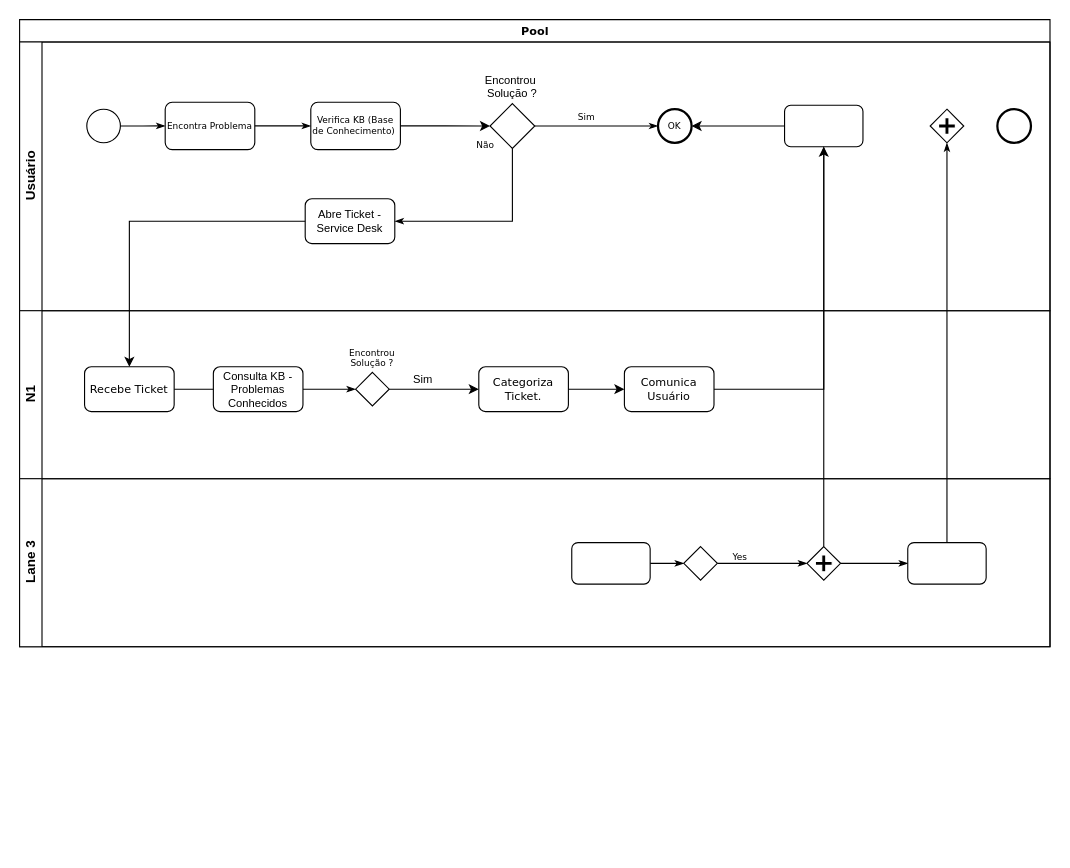
This is ServiceOperation.drawio from baptistafabricio87/GGTI, a draw.io file, before an edit. Source tidied: cells renumbered, new cells numbered last; positions are measured from the earlier drawing's top-left corner, leaving out a move shared by most shapes. Both pictures are drawn from the tidied source at 112%, with x=0, y=0 at pixel (19, 19).
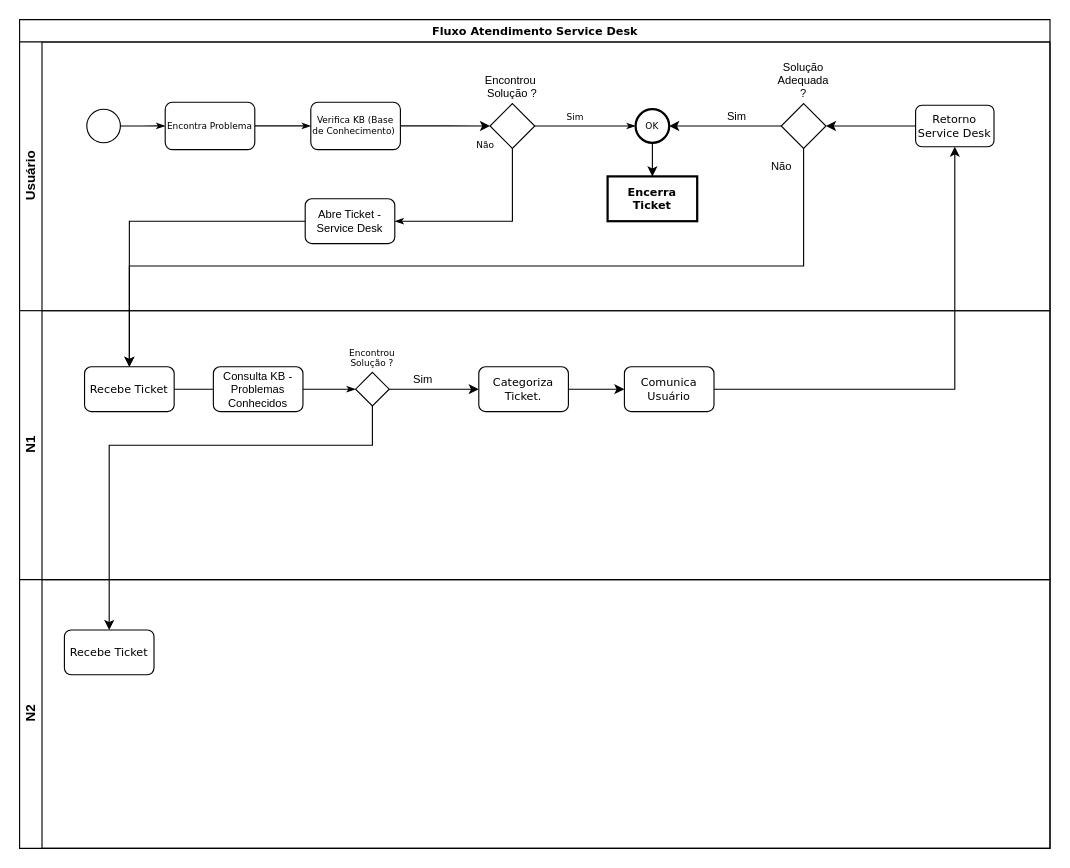
The same diagram, later.

Unchanged cells that the change refers to:
```xml
<mxCell id="3" value="Usuário" style="swimlane;html=1;startSize=20;horizontal=0;" parent="2" vertex="1">
  <mxGeometry y="20" width="920" height="240" as="geometry" />
</mxCell>
<mxCell id="21" value="Recebe Ticket" style="rounded=1;whiteSpace=wrap;html=1;shadow=0;labelBackgroundColor=none;strokeWidth=1;fontFamily=Verdana;fontSize=10;align=center;" parent="19" vertex="1">
  <mxGeometry x="58" y="50" width="80" height="40" as="geometry" />
</mxCell>
<mxCell id="22" value="Encontrou Solução ?" style="strokeWidth=1;html=1;shape=mxgraph.flowchart.decision;whiteSpace=wrap;rounded=1;shadow=0;labelBackgroundColor=none;fontFamily=Verdana;fontSize=8;align=center;labelPosition=center;verticalLabelPosition=top;verticalAlign=bottom;" parent="19" vertex="1">
  <mxGeometry x="300" y="55" width="30" height="30" as="geometry" />
</mxCell>
```

What changed in the source:
```diff
@@
-    <mxCell id="2" value="Pool" style="swimlane;html=1;horizontal=1;startSize=20;rounded=0;shadow=0;labelBackgroundColor=none;strokeWidth=1;fontFamily=Verdana;fontSize=10;align=center;" parent="1" vertex="1">
-      <mxGeometry width="920" height="560" as="geometry" />
+    <mxCell id="2" value="Fluxo Atendimento Service Desk" style="swimlane;html=1;horizontal=1;startSize=20;rounded=0;shadow=0;labelBackgroundColor=none;strokeWidth=1;fontFamily=Verdana;fontSize=10;align=center;" parent="1" vertex="1">
+      <mxGeometry width="920" height="740" as="geometry" />
     </mxCell>
@@
     <mxCell id="10" value="OK" style="ellipse;whiteSpace=wrap;html=1;rounded=0;shadow=0;labelBackgroundColor=none;strokeWidth=2;fontFamily=Verdana;fontSize=8;align=center;" parent="3" vertex="1">
-      <mxGeometry x="570" y="60" width="30" height="30" as="geometry" />
+      <mxGeometry x="550" y="60" width="30" height="30" as="geometry" />
     </mxCell>
-    <mxCell id="11" style="ellipse;whiteSpace=wrap;html=1;rounded=0;shadow=0;labelBackgroundColor=none;strokeWidth=2;fontFamily=Verdana;fontSize=8;align=center;" parent="3" vertex="1">
-      <mxGeometry x="873" y="60" width="30" height="30" as="geometry" />
-    </mxCell>
@@
-    <mxCell id="13" style="edgeStyle=orthogonalEdgeStyle;rounded=0;jettySize=auto;html=1;entryX=1;entryY=0.5;entryDx=0;entryDy=0;labelBorderColor=none;fontSize=10;" parent="3" edge="1" source="14" target="10">
-      <mxGeometry relative="1" as="geometry" />
-    </mxCell>
+    <mxCell id="41" style="edgeStyle=orthogonalEdgeStyle;rounded=0;jettySize=auto;html=1;labelBorderColor=none;fontSize=10;" parent="3" edge="1" source="14" target="43">
+      <mxGeometry relative="1" as="geometry" />
+    </mxCell>
-    <mxCell id="14" style="rounded=1;whiteSpace=wrap;html=1;shadow=0;labelBackgroundColor=none;strokeWidth=1;fontFamily=Verdana;fontSize=8;align=center;" parent="3" vertex="1">
-      <mxGeometry x="683" y="56.5" width="70" height="37" as="geometry" />
+    <mxCell id="14" value="&lt;font style=&quot;font-size: 10px;&quot;&gt;Retorno &lt;br&gt;Service Desk&lt;/font&gt;" style="rounded=1;whiteSpace=wrap;html=1;shadow=0;labelBackgroundColor=none;strokeWidth=1;fontFamily=Verdana;fontSize=8;align=center;" parent="3" vertex="1">
+      <mxGeometry x="800" y="56.5" width="70" height="37" as="geometry" />
     </mxCell>
-    <mxCell id="15" style="shape=mxgraph.bpmn.shape;html=1;verticalLabelPosition=bottom;labelBackgroundColor=#ffffff;verticalAlign=top;perimeter=rhombusPerimeter;background=gateway;outline=none;symbol=parallelGw;rounded=1;shadow=0;strokeWidth=1;fontFamily=Verdana;fontSize=8;align=center;" parent="3" vertex="1">
-      <mxGeometry x="813" y="60" width="30" height="30" as="geometry" />
-    </mxCell>
@@
+    <mxCell id="42" value="Sim" style="edgeStyle=orthogonalEdgeStyle;rounded=0;jettySize=auto;html=1;entryX=1;entryY=0.5;entryDx=0;entryDy=0;labelBorderColor=none;fontSize=10;labelPosition=right;verticalLabelPosition=top;align=left;verticalAlign=bottom;" parent="3" edge="1" source="43" target="10">
+      <mxGeometry relative="1" as="geometry" />
+    </mxCell>
+    <mxCell id="43" value="Solução Adequada ?" style="rhombus;whiteSpace=wrap;html=1;fontSize=10;labelPosition=center;verticalLabelPosition=top;align=center;verticalAlign=bottom;" parent="3" vertex="1">
+      <mxGeometry x="680" y="55" width="40" height="40" as="geometry" />
+    </mxCell>
+    <mxCell id="44" value="Encerra Ticket" style="whiteSpace=wrap;html=1;fontSize=10;fontFamily=Verdana;rounded=0;shadow=0;labelBackgroundColor=none;strokeWidth=2;fontStyle=1;" parent="3" vertex="1">
+      <mxGeometry x="525" y="120" width="80" height="40" as="geometry" />
+    </mxCell>
+    <mxCell id="45" style="edgeStyle=orthogonalEdgeStyle;rounded=0;jettySize=auto;html=1;labelBorderColor=none;fontSize=10;" parent="3" edge="1" source="10" target="44">
+      <mxGeometry relative="1" as="geometry" />
+    </mxCell>
     <mxCell id="19" value="N1" style="swimlane;html=1;startSize=20;horizontal=0;spacing=0;labelPosition=center;verticalLabelPosition=middle;align=center;verticalAlign=middle;" parent="2" vertex="1">
-      <mxGeometry y="260" width="920" height="150" as="geometry" />
+      <mxGeometry y="260" width="920" height="240" as="geometry" />
     </mxCell>
@@
-    <mxCell id="29" value="Lane 3" style="swimlane;html=1;startSize=20;horizontal=0;" parent="2" vertex="1">
-      <mxGeometry y="410" width="920" height="150" as="geometry" />
+    <mxCell id="29" value="N2" style="swimlane;html=1;startSize=20;horizontal=0;" parent="2" vertex="1">
+      <mxGeometry y="500" width="920" height="240" as="geometry" />
     </mxCell>
-    <mxCell id="30" style="edgeStyle=orthogonalEdgeStyle;rounded=0;html=1;labelBackgroundColor=none;startArrow=none;startFill=0;startSize=5;endArrow=classicThin;endFill=1;endSize=5;jettySize=auto;strokeWidth=1;fontFamily=Verdana;fontSize=8;" parent="29" edge="1" source="31" target="33">
-      <mxGeometry relative="1" as="geometry" />
-    </mxCell>
-    <mxCell id="31" style="rounded=1;whiteSpace=wrap;html=1;shadow=0;labelBackgroundColor=none;strokeWidth=1;fontFamily=Verdana;fontSize=8;align=center;" parent="29" vertex="1">
-      <mxGeometry x="493" y="57" width="70" height="37" as="geometry" />
-    </mxCell>
-    <mxCell id="32" value="Yes" style="edgeStyle=orthogonalEdgeStyle;rounded=0;html=1;entryX=0;entryY=0.5;labelBackgroundColor=none;startArrow=none;startFill=0;startSize=5;endArrow=classicThin;endFill=1;endSize=5;jettySize=auto;strokeWidth=1;fontFamily=Verdana;fontSize=8;" parent="29" edge="1" source="33" target="35">
-      <mxGeometry x="-0.5" y="6" relative="1" as="geometry" />
-    </mxCell>
-    <mxCell id="33" style="strokeWidth=1;html=1;shape=mxgraph.flowchart.decision;whiteSpace=wrap;rounded=1;shadow=0;labelBackgroundColor=none;fontFamily=Verdana;fontSize=8;align=center;" parent="29" vertex="1">
-      <mxGeometry x="593" y="60.5" width="30" height="30" as="geometry" />
-    </mxCell>
-    <mxCell id="34" style="edgeStyle=orthogonalEdgeStyle;rounded=0;html=1;labelBackgroundColor=none;startArrow=none;startFill=0;startSize=5;endArrow=classicThin;endFill=1;endSize=5;jettySize=auto;strokeColor=#000000;strokeWidth=1;fontFamily=Verdana;fontSize=8;fontColor=#000000;" parent="29" edge="1" source="35" target="36">
-      <mxGeometry relative="1" as="geometry" />
-    </mxCell>
-    <mxCell id="35" style="shape=mxgraph.bpmn.shape;html=1;verticalLabelPosition=bottom;labelBackgroundColor=#ffffff;verticalAlign=top;perimeter=rhombusPerimeter;background=gateway;outline=none;symbol=parallelGw;rounded=1;shadow=0;strokeWidth=1;fontFamily=Verdana;fontSize=8;align=center;" parent="29" vertex="1">
-      <mxGeometry x="703" y="60.5" width="30" height="30" as="geometry" />
-    </mxCell>
-    <mxCell id="36" style="rounded=1;whiteSpace=wrap;html=1;shadow=0;labelBackgroundColor=none;strokeWidth=1;fontFamily=Verdana;fontSize=8;align=center;" parent="29" vertex="1">
-      <mxGeometry x="793" y="57" width="70" height="37" as="geometry" />
-    </mxCell>
-    <mxCell id="37" style="edgeStyle=orthogonalEdgeStyle;rounded=0;html=1;entryX=0.5;entryY=1;labelBackgroundColor=none;startArrow=none;startFill=0;startSize=5;endArrow=classicThin;endFill=1;endSize=5;jettySize=auto;strokeWidth=1;fontFamily=Verdana;fontSize=8;" parent="2" edge="1" source="36">
-      <mxGeometry relative="1" as="geometry">
-        <mxPoint x="828" y="110" as="targetPoint" />
-      </mxGeometry>
-    </mxCell>
-    <mxCell id="38" style="edgeStyle=orthogonalEdgeStyle;rounded=0;html=1;labelBackgroundColor=none;startArrow=none;startFill=0;startSize=5;endArrow=classicThin;endFill=1;endSize=5;jettySize=auto;strokeWidth=1;fontFamily=Verdana;fontSize=8;" parent="2" edge="1" source="35">
-      <mxGeometry relative="1" as="geometry">
-        <mxPoint x="718" y="113.5" as="targetPoint" />
-      </mxGeometry>
-    </mxCell>
+    <mxCell id="46" value="&lt;font style=&quot;font-size: 10px;&quot;&gt;Recebe Ticket&lt;/font&gt;" style="whiteSpace=wrap;html=1;fontSize=8;fontFamily=Verdana;verticalAlign=middle;strokeWidth=1;rounded=1;shadow=0;labelBackgroundColor=none;" parent="29" vertex="1">
+      <mxGeometry x="40" y="45" width="80" height="40" as="geometry" />
+    </mxCell>
@@
+    <mxCell id="47" value="Não" style="edgeStyle=orthogonalEdgeStyle;rounded=0;jettySize=auto;html=1;entryX=0.5;entryY=0;entryDx=0;entryDy=0;labelBorderColor=none;fontSize=10;exitX=0.5;exitY=1;exitDx=0;exitDy=0;labelPosition=center;verticalLabelPosition=middle;align=center;verticalAlign=middle;" parent="2" edge="1" source="43" target="21">
+      <mxGeometry x="-0.96" y="-20" relative="1" as="geometry">
+        <Array as="points">
+          <mxPoint x="700" y="220" />
+          <mxPoint x="98" y="220" />
+        </Array>
+      </mxGeometry>
+    </mxCell>
+    <mxCell id="48" style="edgeStyle=orthogonalEdgeStyle;rounded=0;jettySize=auto;html=1;labelBorderColor=none;fontSize=10;" parent="2" edge="1" source="22" target="46">
+      <mxGeometry relative="1" as="geometry">
+        <Array as="points">
+          <mxPoint x="315" y="380" />
+          <mxPoint x="80" y="380" />
+        </Array>
+      </mxGeometry>
+    </mxCell>
```
